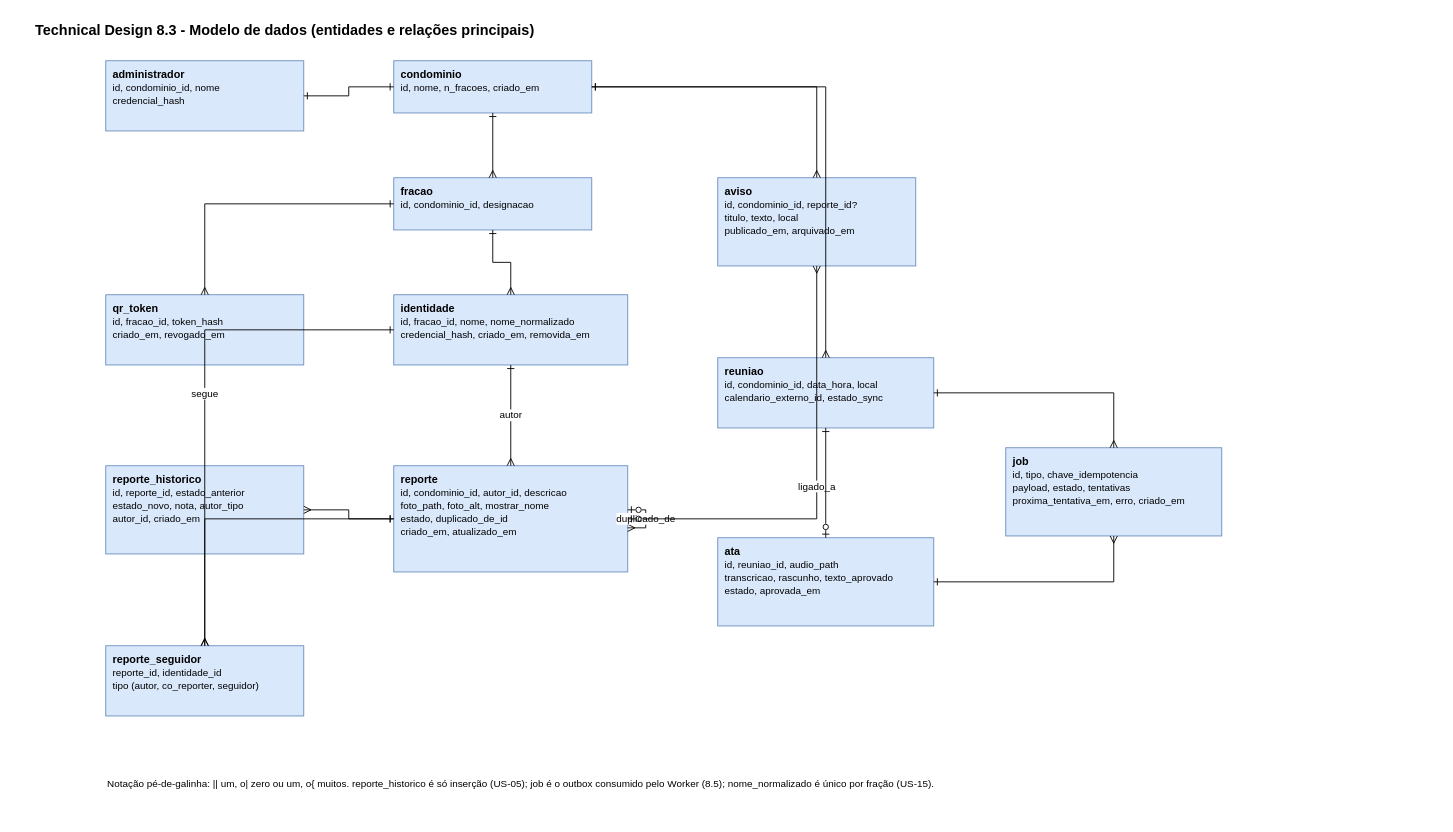
Before: page "3. Modelo de dados" (3 of 5) of docs/sprintA/technical-design.drawio in LMNSdev/LABDSOF_DOMUSCAST, a draw.io diagram. Source tidied: cells renumbered, new cells numbered last; positions are measured from the earlier drawing's top-left corner, leaving out a move shared by most shapes. Both pictures are drawn from the tidied source at 90%, with x=0, y=0 at pixel (33, 15).
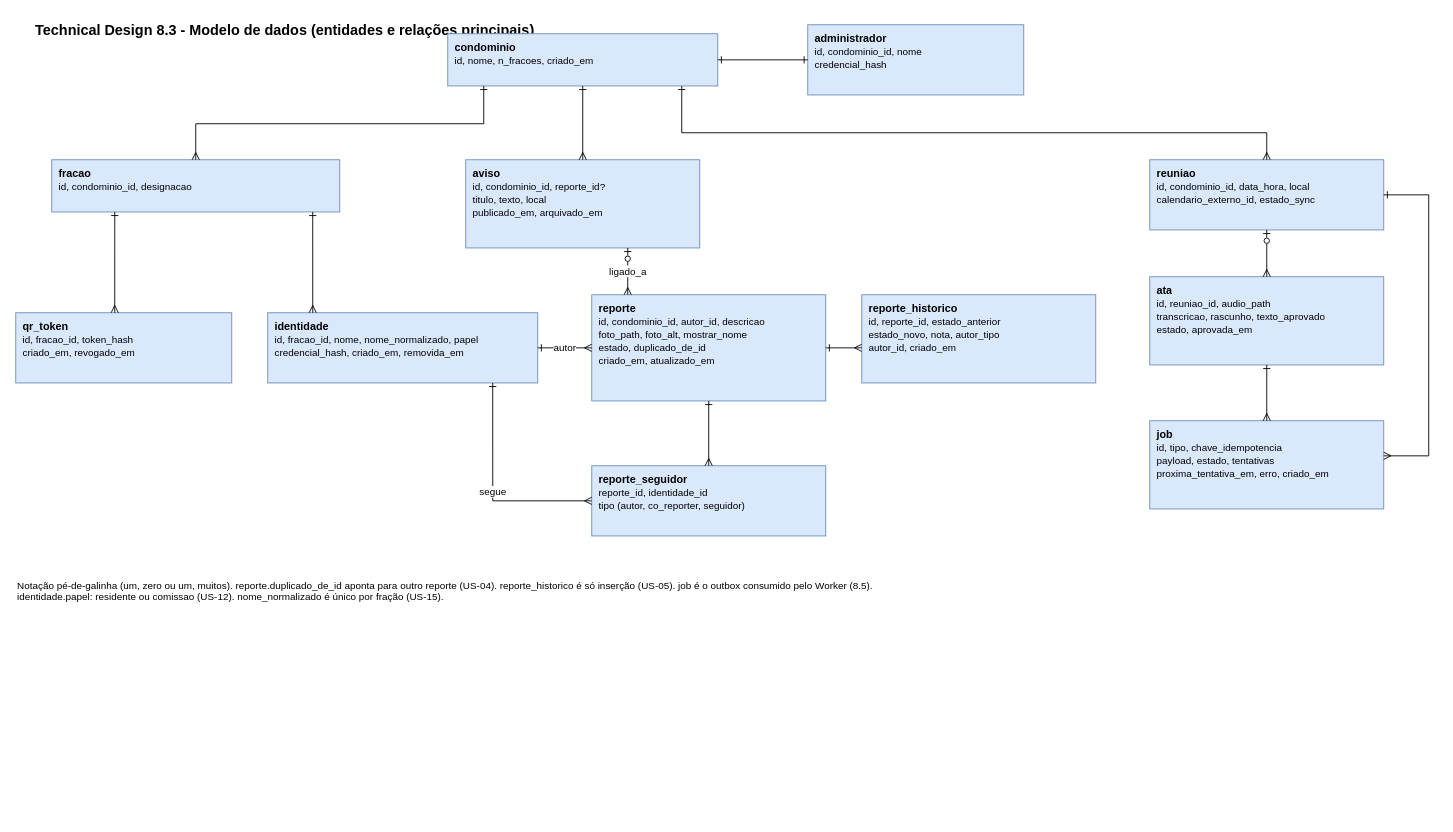
After the change.

The edit, as a diff of the source:
```diff
@@
-    <mxCell id="3" value="condominio&lt;br&gt;&lt;span style='font-weight:normal;font-size:11px'&gt;id, nome, n_fracoes, criado_em&lt;/span&gt;" style="rounded=0;whiteSpace=wrap;html=1;fillColor=#dae8fc;strokeColor=#6c8ebf;fontStyle=1;verticalAlign=top;align=left;spacingLeft=6;spacingTop=2;" parent="1" vertex="1">
-      <mxGeometry x="400" y="50" width="220" height="58" as="geometry" />
+    <mxCell id="3" value="&lt;b&gt;condominio&lt;/b&gt;&lt;br&gt;&lt;span style='font-size:11px'&gt;id, nome, n_fracoes, criado_em&lt;/span&gt;" style="rounded=0;whiteSpace=wrap;html=1;fillColor=#dae8fc;strokeColor=#6c8ebf;verticalAlign=top;align=left;spacingLeft=6;spacingTop=2;" parent="1" vertex="1">
+      <mxGeometry x="460" y="20" width="300" height="58" as="geometry" />
     </mxCell>
-    <mxCell id="4" value="administrador&lt;br&gt;&lt;span style='font-weight:normal;font-size:11px'&gt;id, condominio_id, nome&lt;br&gt;credencial_hash&lt;/span&gt;" style="rounded=0;whiteSpace=wrap;html=1;fillColor=#dae8fc;strokeColor=#6c8ebf;fontStyle=1;verticalAlign=top;align=left;spacingLeft=6;spacingTop=2;" parent="1" vertex="1">
-      <mxGeometry x="80" y="50" width="220" height="78" as="geometry" />
+    <mxCell id="4" value="&lt;b&gt;administrador&lt;/b&gt;&lt;br&gt;&lt;span style='font-size:11px'&gt;id, condominio_id, nome&lt;br&gt;credencial_hash&lt;/span&gt;" style="rounded=0;whiteSpace=wrap;html=1;fillColor=#dae8fc;strokeColor=#6c8ebf;verticalAlign=top;align=left;spacingLeft=6;spacingTop=2;" parent="1" vertex="1">
+      <mxGeometry x="860" y="10" width="240" height="78" as="geometry" />
     </mxCell>
-    <mxCell id="5" value="fracao&lt;br&gt;&lt;span style='font-weight:normal;font-size:11px'&gt;id, condominio_id, designacao&lt;/span&gt;" style="rounded=0;whiteSpace=wrap;html=1;fillColor=#dae8fc;strokeColor=#6c8ebf;fontStyle=1;verticalAlign=top;align=left;spacingLeft=6;spacingTop=2;" parent="1" vertex="1">
-      <mxGeometry x="400" y="180" width="220" height="58" as="geometry" />
+    <mxCell id="5" value="&lt;b&gt;fracao&lt;/b&gt;&lt;br&gt;&lt;span style='font-size:11px'&gt;id, condominio_id, designacao&lt;/span&gt;" style="rounded=0;whiteSpace=wrap;html=1;fillColor=#dae8fc;strokeColor=#6c8ebf;verticalAlign=top;align=left;spacingLeft=6;spacingTop=2;" parent="1" vertex="1">
+      <mxGeometry x="20" y="160" width="320" height="58" as="geometry" />
     </mxCell>
-    <mxCell id="6" value="aviso&lt;br&gt;&lt;span style='font-weight:normal;font-size:11px'&gt;id, condominio_id, reporte_id?&lt;br&gt;titulo, texto, local&lt;br&gt;publicado_em, arquivado_em&lt;/span&gt;" style="rounded=0;whiteSpace=wrap;html=1;fillColor=#dae8fc;strokeColor=#6c8ebf;fontStyle=1;verticalAlign=top;align=left;spacingLeft=6;spacingTop=2;" parent="1" vertex="1">
-      <mxGeometry x="760" y="180" width="220" height="98" as="geometry" />
+    <mxCell id="6" value="&lt;b&gt;aviso&lt;/b&gt;&lt;br&gt;&lt;span style='font-size:11px'&gt;id, condominio_id, reporte_id?&lt;br&gt;titulo, texto, local&lt;br&gt;publicado_em, arquivado_em&lt;/span&gt;" style="rounded=0;whiteSpace=wrap;html=1;fillColor=#dae8fc;strokeColor=#6c8ebf;verticalAlign=top;align=left;spacingLeft=6;spacingTop=2;" parent="1" vertex="1">
+      <mxGeometry x="480" y="160" width="260" height="98" as="geometry" />
     </mxCell>
-    <mxCell id="7" value="reuniao&lt;br&gt;&lt;span style='font-weight:normal;font-size:11px'&gt;id, condominio_id, data_hora, local&lt;br&gt;calendario_externo_id, estado_sync&lt;/span&gt;" style="rounded=0;whiteSpace=wrap;html=1;fillColor=#dae8fc;strokeColor=#6c8ebf;fontStyle=1;verticalAlign=top;align=left;spacingLeft=6;spacingTop=2;" parent="1" vertex="1">
-      <mxGeometry x="760" y="380" width="240" height="78" as="geometry" />
+    <mxCell id="7" value="&lt;b&gt;reuniao&lt;/b&gt;&lt;br&gt;&lt;span style='font-size:11px'&gt;id, condominio_id, data_hora, local&lt;br&gt;calendario_externo_id, estado_sync&lt;/span&gt;" style="rounded=0;whiteSpace=wrap;html=1;fillColor=#dae8fc;strokeColor=#6c8ebf;verticalAlign=top;align=left;spacingLeft=6;spacingTop=2;" parent="1" vertex="1">
+      <mxGeometry x="1240" y="160" width="260" height="78" as="geometry" />
     </mxCell>
-    <mxCell id="8" value="qr_token&lt;br&gt;&lt;span style='font-weight:normal;font-size:11px'&gt;id, fracao_id, token_hash&lt;br&gt;criado_em, revogado_em&lt;/span&gt;" style="rounded=0;whiteSpace=wrap;html=1;fillColor=#dae8fc;strokeColor=#6c8ebf;fontStyle=1;verticalAlign=top;align=left;spacingLeft=6;spacingTop=2;" parent="1" vertex="1">
-      <mxGeometry x="80" y="310" width="220" height="78" as="geometry" />
+    <mxCell id="8" value="&lt;b&gt;qr_token&lt;/b&gt;&lt;br&gt;&lt;span style='font-size:11px'&gt;id, fracao_id, token_hash&lt;br&gt;criado_em, revogado_em&lt;/span&gt;" style="rounded=0;whiteSpace=wrap;html=1;fillColor=#dae8fc;strokeColor=#6c8ebf;verticalAlign=top;align=left;spacingLeft=6;spacingTop=2;" parent="1" vertex="1">
+      <mxGeometry x="-20" y="330" width="240" height="78" as="geometry" />
     </mxCell>
-    <mxCell id="9" value="identidade&lt;br&gt;&lt;span style='font-weight:normal;font-size:11px'&gt;id, fracao_id, nome, nome_normalizado&lt;br&gt;credencial_hash, criado_em, removida_em&lt;/span&gt;" style="rounded=0;whiteSpace=wrap;html=1;fillColor=#dae8fc;strokeColor=#6c8ebf;fontStyle=1;verticalAlign=top;align=left;spacingLeft=6;spacingTop=2;" parent="1" vertex="1">
-      <mxGeometry x="400" y="310" width="260" height="78" as="geometry" />
+    <mxCell id="9" value="&lt;b&gt;identidade&lt;/b&gt;&lt;br&gt;&lt;span style='font-size:11px'&gt;id, fracao_id, nome, nome_normalizado, papel&lt;br&gt;credencial_hash, criado_em, removida_em&lt;/span&gt;" style="rounded=0;whiteSpace=wrap;html=1;fillColor=#dae8fc;strokeColor=#6c8ebf;verticalAlign=top;align=left;spacingLeft=6;spacingTop=2;" parent="1" vertex="1">
+      <mxGeometry x="260" y="330" width="300" height="78" as="geometry" />
     </mxCell>
-    <mxCell id="10" value="reporte&lt;br&gt;&lt;span style='font-weight:normal;font-size:11px'&gt;id, condominio_id, autor_id, descricao&lt;br&gt;foto_path, foto_alt, mostrar_nome&lt;br&gt;estado, duplicado_de_id&lt;br&gt;criado_em, atualizado_em&lt;/span&gt;" style="rounded=0;whiteSpace=wrap;html=1;fillColor=#dae8fc;strokeColor=#6c8ebf;fontStyle=1;verticalAlign=top;align=left;spacingLeft=6;spacingTop=2;" parent="1" vertex="1">
-      <mxGeometry x="400" y="500" width="260" height="118" as="geometry" />
+    <mxCell id="10" value="&lt;b&gt;reporte&lt;/b&gt;&lt;br&gt;&lt;span style='font-size:11px'&gt;id, condominio_id, autor_id, descricao&lt;br&gt;foto_path, foto_alt, mostrar_nome&lt;br&gt;estado, duplicado_de_id&lt;br&gt;criado_em, atualizado_em&lt;/span&gt;" style="rounded=0;whiteSpace=wrap;html=1;fillColor=#dae8fc;strokeColor=#6c8ebf;verticalAlign=top;align=left;spacingLeft=6;spacingTop=2;" parent="1" vertex="1">
+      <mxGeometry x="620" y="310" width="260" height="118" as="geometry" />
     </mxCell>
-    <mxCell id="11" value="reporte_historico&lt;br&gt;&lt;span style='font-weight:normal;font-size:11px'&gt;id, reporte_id, estado_anterior&lt;br&gt;estado_novo, nota, autor_tipo&lt;br&gt;autor_id, criado_em&lt;/span&gt;" style="rounded=0;whiteSpace=wrap;html=1;fillColor=#dae8fc;strokeColor=#6c8ebf;fontStyle=1;verticalAlign=top;align=left;spacingLeft=6;spacingTop=2;" parent="1" vertex="1">
-      <mxGeometry x="80" y="500" width="220" height="98" as="geometry" />
+    <mxCell id="11" value="&lt;b&gt;reporte_historico&lt;/b&gt;&lt;br&gt;&lt;span style='font-size:11px'&gt;id, reporte_id, estado_anterior&lt;br&gt;estado_novo, nota, autor_tipo&lt;br&gt;autor_id, criado_em&lt;/span&gt;" style="rounded=0;whiteSpace=wrap;html=1;fillColor=#dae8fc;strokeColor=#6c8ebf;verticalAlign=top;align=left;spacingLeft=6;spacingTop=2;" parent="1" vertex="1">
+      <mxGeometry x="920" y="310" width="260" height="98" as="geometry" />
     </mxCell>
-    <mxCell id="12" value="reporte_seguidor&lt;br&gt;&lt;span style='font-weight:normal;font-size:11px'&gt;reporte_id, identidade_id&lt;br&gt;tipo (autor, co_reporter, seguidor)&lt;/span&gt;" style="rounded=0;whiteSpace=wrap;html=1;fillColor=#dae8fc;strokeColor=#6c8ebf;fontStyle=1;verticalAlign=top;align=left;spacingLeft=6;spacingTop=2;" parent="1" vertex="1">
-      <mxGeometry x="80" y="700" width="220" height="78" as="geometry" />
+    <mxCell id="12" value="&lt;b&gt;reporte_seguidor&lt;/b&gt;&lt;br&gt;&lt;span style='font-size:11px'&gt;reporte_id, identidade_id&lt;br&gt;tipo (autor, co_reporter, seguidor)&lt;/span&gt;" style="rounded=0;whiteSpace=wrap;html=1;fillColor=#dae8fc;strokeColor=#6c8ebf;verticalAlign=top;align=left;spacingLeft=6;spacingTop=2;" parent="1" vertex="1">
+      <mxGeometry x="620" y="500" width="260" height="78" as="geometry" />
     </mxCell>
-    <mxCell id="13" value="ata&lt;br&gt;&lt;span style='font-weight:normal;font-size:11px'&gt;id, reuniao_id, audio_path&lt;br&gt;transcricao, rascunho, texto_aprovado&lt;br&gt;estado, aprovada_em&lt;/span&gt;" style="rounded=0;whiteSpace=wrap;html=1;fillColor=#dae8fc;strokeColor=#6c8ebf;fontStyle=1;verticalAlign=top;align=left;spacingLeft=6;spacingTop=2;" parent="1" vertex="1">
-      <mxGeometry x="760" y="580" width="240" height="98" as="geometry" />
+    <mxCell id="13" value="&lt;b&gt;ata&lt;/b&gt;&lt;br&gt;&lt;span style='font-size:11px'&gt;id, reuniao_id, audio_path&lt;br&gt;transcricao, rascunho, texto_aprovado&lt;br&gt;estado, aprovada_em&lt;/span&gt;" style="rounded=0;whiteSpace=wrap;html=1;fillColor=#dae8fc;strokeColor=#6c8ebf;verticalAlign=top;align=left;spacingLeft=6;spacingTop=2;" parent="1" vertex="1">
+      <mxGeometry x="1240" y="290" width="260" height="98" as="geometry" />
     </mxCell>
-    <mxCell id="14" value="job&lt;br&gt;&lt;span style='font-weight:normal;font-size:11px'&gt;id, tipo, chave_idempotencia&lt;br&gt;payload, estado, tentativas&lt;br&gt;proxima_tentativa_em, erro, criado_em&lt;/span&gt;" style="rounded=0;whiteSpace=wrap;html=1;fillColor=#dae8fc;strokeColor=#6c8ebf;fontStyle=1;verticalAlign=top;align=left;spacingLeft=6;spacingTop=2;" parent="1" vertex="1">
-      <mxGeometry x="1080" y="480" width="240" height="98" as="geometry" />
+    <mxCell id="14" value="&lt;b&gt;job&lt;/b&gt;&lt;br&gt;&lt;span style='font-size:11px'&gt;id, tipo, chave_idempotencia&lt;br&gt;payload, estado, tentativas&lt;br&gt;proxima_tentativa_em, erro, criado_em&lt;/span&gt;" style="rounded=0;whiteSpace=wrap;html=1;fillColor=#dae8fc;strokeColor=#6c8ebf;verticalAlign=top;align=left;spacingLeft=6;spacingTop=2;" parent="1" vertex="1">
+      <mxGeometry x="1240" y="450" width="260" height="98" as="geometry" />
     </mxCell>
+    <mxCell id="29" value="Notação pé-de-galinha (um, zero ou um, muitos). reporte.duplicado_de_id aponta para outro reporte (US-04). reporte_historico é só inserção (US-05). job é o outbox consumido pelo Worker (8.5). identidade.papel: residente ou comissao (US-12). nome_normalizado é único por fração (US-15)." style="text;html=1;align=left;verticalAlign=top;whiteSpace=wrap;fontSize=11;" parent="1" vertex="1">
+      <mxGeometry x="-20" y="620" width="1000" height="60" as="geometry" />
+    </mxCell>
-    <mxCell id="15" style="edgeStyle=orthogonalEdgeStyle;rounded=0;html=1;endArrow=ERone;startArrow=ERone;endFill=0;startFill=0;" parent="1" edge="1" source="3" target="4">
+    <mxCell id="15" style="html=1;rounded=0;startArrow=ERone;startFill=0;endArrow=ERone;endFill=0;labelBackgroundColor=#ffffff;fontSize=11;exitX=1.0000;exitY=0.5000;exitDx=0;exitDy=0;exitPerimeter=0;entryX=0.0000;entryY=0.5000;entryDx=0;entryDy=0;entryPerimeter=0;" parent="1" edge="1" source="3" target="4">
       <mxGeometry relative="1" as="geometry" />
     </mxCell>
-    <mxCell id="16" style="edgeStyle=orthogonalEdgeStyle;rounded=0;html=1;endArrow=ERmany;startArrow=ERone;endFill=0;startFill=0;" parent="1" edge="1" source="3" target="5">
-      <mxGeometry relative="1" as="geometry" />
+    <mxCell id="16" style="html=1;rounded=0;startArrow=ERone;startFill=0;endArrow=ERmany;endFill=0;labelBackgroundColor=#ffffff;fontSize=11;exitX=0.1333;exitY=1.0000;exitDx=0;exitDy=0;exitPerimeter=0;entryX=0.5000;entryY=0.0000;entryDx=0;entryDy=0;entryPerimeter=0;" parent="1" edge="1" source="3" target="5">
+      <mxGeometry relative="1" as="geometry">
+        <Array as="points">
+          <mxPoint x="500" y="120" />
+          <mxPoint x="180" y="120" />
+        </Array>
+      </mxGeometry>
     </mxCell>
-    <mxCell id="17" style="edgeStyle=orthogonalEdgeStyle;rounded=0;html=1;endArrow=ERmany;startArrow=ERone;endFill=0;startFill=0;" parent="1" edge="1" source="3" target="6">
+    <mxCell id="17" style="html=1;rounded=0;startArrow=ERone;startFill=0;endArrow=ERmany;endFill=0;labelBackgroundColor=#ffffff;fontSize=11;exitX=0.5000;exitY=1.0000;exitDx=0;exitDy=0;exitPerimeter=0;entryX=0.5000;entryY=0.0000;entryDx=0;entryDy=0;entryPerimeter=0;" parent="1" edge="1" source="3" target="6">
       <mxGeometry relative="1" as="geometry" />
     </mxCell>
-    <mxCell id="18" style="edgeStyle=orthogonalEdgeStyle;rounded=0;html=1;endArrow=ERmany;startArrow=ERone;endFill=0;startFill=0;" parent="1" edge="1" source="3" target="7">
-      <mxGeometry relative="1" as="geometry" />
+    <mxCell id="18" style="html=1;rounded=0;startArrow=ERone;startFill=0;endArrow=ERmany;endFill=0;labelBackgroundColor=#ffffff;fontSize=11;exitX=0.8667;exitY=1.0000;exitDx=0;exitDy=0;exitPerimeter=0;entryX=0.5000;entryY=0.0000;entryDx=0;entryDy=0;entryPerimeter=0;" parent="1" edge="1" source="3" target="7">
+      <mxGeometry relative="1" as="geometry">
+        <Array as="points">
+          <mxPoint x="720" y="130" />
+          <mxPoint x="1370" y="130" />
+        </Array>
+      </mxGeometry>
     </mxCell>
-    <mxCell id="19" style="edgeStyle=orthogonalEdgeStyle;rounded=0;html=1;endArrow=ERmany;startArrow=ERone;endFill=0;startFill=0;" parent="1" edge="1" source="5" target="8">
+    <mxCell id="19" style="html=1;rounded=0;startArrow=ERone;startFill=0;endArrow=ERmany;endFill=0;labelBackgroundColor=#ffffff;fontSize=11;exitX=0.2188;exitY=1.0000;exitDx=0;exitDy=0;exitPerimeter=0;entryX=0.4583;entryY=0.0000;entryDx=0;entryDy=0;entryPerimeter=0;" parent="1" edge="1" source="5" target="8">
       <mxGeometry relative="1" as="geometry" />
     </mxCell>
-    <mxCell id="20" style="edgeStyle=orthogonalEdgeStyle;rounded=0;html=1;endArrow=ERmany;startArrow=ERone;endFill=0;startFill=0;" parent="1" edge="1" source="5" target="9">
+    <mxCell id="20" style="html=1;rounded=0;startArrow=ERone;startFill=0;endArrow=ERmany;endFill=0;labelBackgroundColor=#ffffff;fontSize=11;exitX=0.9062;exitY=1.0000;exitDx=0;exitDy=0;exitPerimeter=0;entryX=0.1667;entryY=0.0000;entryDx=0;entryDy=0;entryPerimeter=0;" parent="1" edge="1" source="5" target="9">
       <mxGeometry relative="1" as="geometry" />
     </mxCell>
-    <mxCell id="21" value="autor" style="edgeStyle=orthogonalEdgeStyle;rounded=0;html=1;endArrow=ERmany;startArrow=ERone;endFill=0;startFill=0;" parent="1" edge="1" source="9" target="10">
+    <mxCell id="21" value="autor" style="html=1;rounded=0;startArrow=ERone;startFill=0;endArrow=ERmany;endFill=0;labelBackgroundColor=#ffffff;fontSize=11;exitX=1.0000;exitY=0.5000;exitDx=0;exitDy=0;exitPerimeter=0;entryX=0.0000;entryY=0.5000;entryDx=0;entryDy=0;entryPerimeter=0;" parent="1" edge="1" source="9" target="10">
       <mxGeometry relative="1" as="geometry" />
     </mxCell>
-    <mxCell id="22" style="edgeStyle=orthogonalEdgeStyle;rounded=0;html=1;endArrow=ERmany;startArrow=ERone;endFill=0;startFill=0;" parent="1" edge="1" source="10" target="11">
+    <mxCell id="22" value="ligado_a" style="html=1;rounded=0;startArrow=ERzeroToOne;startFill=0;endArrow=ERmany;endFill=0;labelBackgroundColor=#ffffff;fontSize=11;exitX=0.6923;exitY=1.0000;exitDx=0;exitDy=0;exitPerimeter=0;entryX=0.1538;entryY=0.0000;entryDx=0;entryDy=0;entryPerimeter=0;" parent="1" edge="1" source="6" target="10">
       <mxGeometry relative="1" as="geometry" />
     </mxCell>
-    <mxCell id="23" style="edgeStyle=orthogonalEdgeStyle;rounded=0;html=1;endArrow=ERmany;startArrow=ERone;endFill=0;startFill=0;" parent="1" edge="1" source="10" target="12">
-      <mxGeometry relative="1" as="geometry" />
+    <mxCell id="23" value="segue" style="html=1;rounded=0;startArrow=ERone;startFill=0;endArrow=ERmany;endFill=0;labelBackgroundColor=#ffffff;fontSize=11;exitX=0.8333;exitY=1.0000;exitDx=0;exitDy=0;exitPerimeter=0;entryX=0.0000;entryY=0.5000;entryDx=0;entryDy=0;entryPerimeter=0;" parent="1" edge="1" source="9" target="12">
+      <mxGeometry relative="1" as="geometry">
+        <Array as="points">
+          <mxPoint x="510" y="539" />
+        </Array>
+      </mxGeometry>
     </mxCell>
-    <mxCell id="24" value="segue" style="edgeStyle=orthogonalEdgeStyle;rounded=0;html=1;endArrow=ERmany;startArrow=ERone;endFill=0;startFill=0;" parent="1" edge="1" source="9" target="12">
+    <mxCell id="24" style="html=1;rounded=0;startArrow=ERone;startFill=0;endArrow=ERmany;endFill=0;labelBackgroundColor=#ffffff;fontSize=11;exitX=1.0000;exitY=0.5000;exitDx=0;exitDy=0;exitPerimeter=0;entryX=0.0000;entryY=0.6020;entryDx=0;entryDy=0;entryPerimeter=0;" parent="1" edge="1" source="10" target="11">
       <mxGeometry relative="1" as="geometry" />
     </mxCell>
-    <mxCell id="25" value="duplicado_de" style="edgeStyle=orthogonalEdgeStyle;rounded=0;html=1;endArrow=ERmany;startArrow=ERzeroToOne;endFill=0;startFill=0;" parent="1" edge="1" source="10" target="10">
+    <mxCell id="25" style="html=1;rounded=0;startArrow=ERone;startFill=0;endArrow=ERmany;endFill=0;labelBackgroundColor=#ffffff;fontSize=11;exitX=0.5000;exitY=1.0000;exitDx=0;exitDy=0;exitPerimeter=0;entryX=0.5000;entryY=0.0000;entryDx=0;entryDy=0;entryPerimeter=0;" parent="1" edge="1" source="10" target="12">
       <mxGeometry relative="1" as="geometry" />
     </mxCell>
-    <mxCell id="26" value="ligado_a" style="edgeStyle=orthogonalEdgeStyle;rounded=0;html=1;endArrow=ERmany;startArrow=ERzeroToOne;endFill=0;startFill=0;" parent="1" edge="1" source="10" target="6">
+    <mxCell id="26" style="html=1;rounded=0;startArrow=ERzeroToOne;startFill=0;endArrow=ERmany;endFill=0;labelBackgroundColor=#ffffff;fontSize=11;exitX=0.5000;exitY=1.0000;exitDx=0;exitDy=0;exitPerimeter=0;entryX=0.5000;entryY=0.0000;entryDx=0;entryDy=0;entryPerimeter=0;" parent="1" edge="1" source="7" target="13">
       <mxGeometry relative="1" as="geometry" />
     </mxCell>
-    <mxCell id="27" style="edgeStyle=orthogonalEdgeStyle;rounded=0;html=1;endArrow=ERzeroToOne;startArrow=ERone;endFill=0;startFill=0;" parent="1" edge="1" source="7" target="13">
+    <mxCell id="27" style="html=1;rounded=0;startArrow=ERone;startFill=0;endArrow=ERmany;endFill=0;labelBackgroundColor=#ffffff;fontSize=11;exitX=0.5000;exitY=1.0000;exitDx=0;exitDy=0;exitPerimeter=0;entryX=0.5000;entryY=0.0000;entryDx=0;entryDy=0;entryPerimeter=0;" parent="1" edge="1" source="13" target="14">
       <mxGeometry relative="1" as="geometry" />
     </mxCell>
-    <mxCell id="28" style="edgeStyle=orthogonalEdgeStyle;rounded=0;html=1;endArrow=ERmany;startArrow=ERone;endFill=0;startFill=0;" parent="1" edge="1" source="13" target="14">
-      <mxGeometry relative="1" as="geometry" />
+    <mxCell id="28" style="html=1;rounded=0;startArrow=ERone;startFill=0;endArrow=ERmany;endFill=0;labelBackgroundColor=#ffffff;fontSize=11;exitX=1.0000;exitY=0.5000;exitDx=0;exitDy=0;exitPerimeter=0;entryX=1.0000;entryY=0.3980;entryDx=0;entryDy=0;entryPerimeter=0;" parent="1" edge="1" source="7" target="14">
+      <mxGeometry relative="1" as="geometry">
+        <Array as="points">
+          <mxPoint x="1550" y="199" />
+          <mxPoint x="1550" y="489" />
+        </Array>
+      </mxGeometry>
     </mxCell>
-    <mxCell id="29" style="edgeStyle=orthogonalEdgeStyle;rounded=0;html=1;endArrow=ERmany;startArrow=ERone;endFill=0;startFill=0;" parent="1" edge="1" source="7" target="14">
-      <mxGeometry relative="1" as="geometry" />
-    </mxCell>
-    <mxCell id="30" value="Notação pé-de-galinha: ||  um, o|  zero ou um, o{  muitos. reporte_historico é só inserção (US-05); job é o outbox consumido pelo Worker (8.5); nome_normalizado é único por fração (US-15)." style="text;html=1;align=left;verticalAlign=top;whiteSpace=wrap;fontSize=11;" parent="1" vertex="1">
-      <mxGeometry x="80" y="840" width="1100" height="50" as="geometry" />
-    </mxCell>
```
